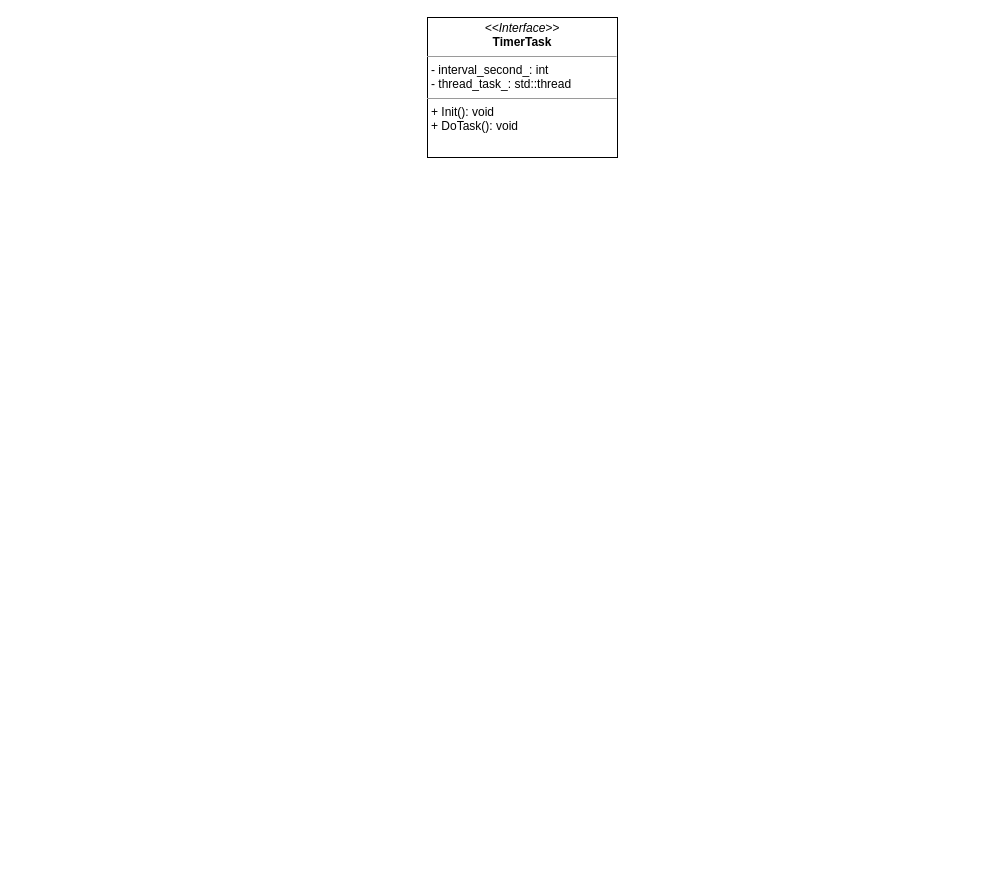
The draw.io diagram Untitled Diagram.drawio in xuzhezhaozhao/draw.io, before the edit. Source tidied: cells renumbered, new cells numbered last; positions are measured from the earlier drawing's top-left corner, leaving out a move shared by most shapes. Both pictures are drawn from the tidied source at 100%, with x=0, y=0 at pixel (427, 17).
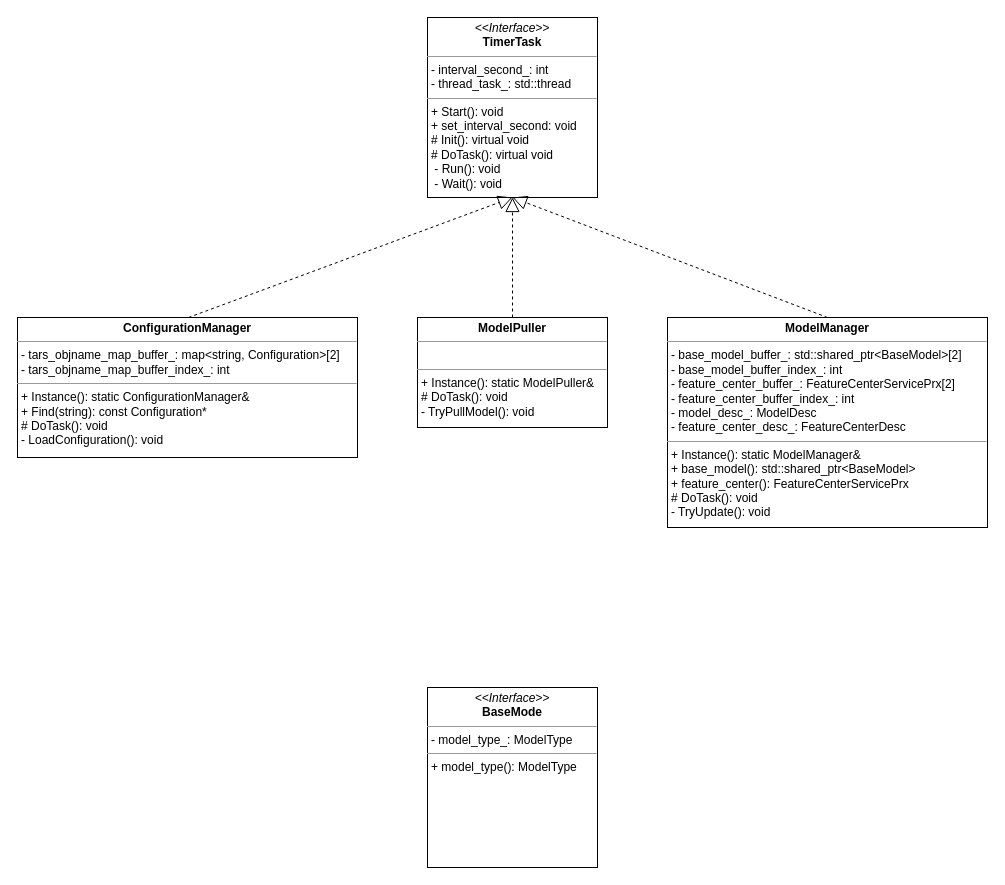
The same page after the edit.

Change to the diagram source:
```diff
@@
 <mxGraphModel background="#ffffff">
   <root>
     <mxCell id="0" />
     <mxCell id="1" parent="0" />
-    <mxCell id="2" value="&lt;p style=&quot;margin: 0px ; margin-top: 4px ; text-align: center&quot;&gt;&lt;i&gt;&amp;lt;&amp;lt;Interface&amp;gt;&amp;gt;&lt;/i&gt;&lt;br&gt;&lt;b&gt;TimerTask&lt;/b&gt;&lt;/p&gt;&lt;hr size=&quot;1&quot;&gt;&lt;p style=&quot;margin: 0px ; margin-left: 4px&quot;&gt;- interval_second_: int&lt;br&gt;- thread_task_:&amp;nbsp;std::thread&lt;/p&gt;&lt;hr size=&quot;1&quot;&gt;&lt;p style=&quot;margin: 0px ; margin-left: 4px&quot;&gt;+ Init(): void&lt;br&gt;+ DoTask(): void&lt;/p&gt;" style="verticalAlign=top;align=left;overflow=fill;fontSize=12;fontFamily=Helvetica;html=1;" parent="1" vertex="1">
-      <mxGeometry width="190" height="140" as="geometry" />
+    <mxCell id="2" value="&lt;p style=&quot;margin: 0px ; margin-top: 4px ; text-align: center&quot;&gt;&lt;i&gt;&amp;lt;&amp;lt;Interface&amp;gt;&amp;gt;&lt;/i&gt;&lt;br&gt;&lt;b&gt;TimerTask&lt;/b&gt;&lt;/p&gt;&lt;hr size=&quot;1&quot;&gt;&lt;p style=&quot;margin: 0px ; margin-left: 4px&quot;&gt;- interval_second_: int&lt;br&gt;- thread_task_:&amp;nbsp;std::thread&lt;/p&gt;&lt;hr size=&quot;1&quot;&gt;&lt;p style=&quot;margin: 0px ; margin-left: 4px&quot;&gt;+ Start(): void&lt;/p&gt;&lt;p style=&quot;margin: 0px ; margin-left: 4px&quot;&gt;+ set_interval_second: void&lt;/p&gt;&lt;p style=&quot;margin: 0px ; margin-left: 4px&quot;&gt;# Init(): virtual void&lt;br&gt;# DoTask(): virtual void&lt;/p&gt;&lt;p style=&quot;margin: 0px ; margin-left: 4px&quot;&gt;&amp;nbsp;- Run(): void&lt;/p&gt;&lt;p style=&quot;margin: 0px ; margin-left: 4px&quot;&gt;&amp;nbsp;- Wait(): void&lt;/p&gt;" style="verticalAlign=top;align=left;overflow=fill;fontSize=12;fontFamily=Helvetica;html=1;" parent="1" vertex="1">
+      <mxGeometry width="170" height="180" as="geometry" />
     </mxCell>
+    <mxCell id="3" value="&lt;p style=&quot;margin: 0px ; margin-top: 4px ; text-align: center&quot;&gt;&lt;b&gt;ConfigurationManager&lt;/b&gt;&lt;/p&gt;&lt;hr size=&quot;1&quot;&gt;&lt;p style=&quot;margin: 0px ; margin-left: 4px&quot;&gt;- tars_objname_map_buffer_: map&amp;lt;string, Configuration&amp;gt;[2]&lt;/p&gt;&lt;p style=&quot;margin: 0px ; margin-left: 4px&quot;&gt;- tars_objname_map_buffer_index_: int&lt;br&gt;&lt;/p&gt;&lt;hr size=&quot;1&quot;&gt;&lt;p style=&quot;margin: 0px ; margin-left: 4px&quot;&gt;&lt;span&gt;+ Instance(): static ConfigurationManager&amp;amp;&lt;/span&gt;&lt;br&gt;&lt;/p&gt;&lt;p style=&quot;margin: 0px ; margin-left: 4px&quot;&gt;+ Find(string): const Configuration*&lt;br&gt;&lt;/p&gt;&lt;p style=&quot;margin: 0px ; margin-left: 4px&quot;&gt;# DoTask(): void&lt;br&gt;&lt;/p&gt;&lt;p style=&quot;margin: 0px ; margin-left: 4px&quot;&gt;- LoadConfiguration(): void&lt;/p&gt;" style="verticalAlign=top;align=left;overflow=fill;fontSize=12;fontFamily=Helvetica;html=1;" parent="1" vertex="1">
+      <mxGeometry x="-410" y="300" width="340" height="140" as="geometry" />
+    </mxCell>
+    <mxCell id="4" value="&lt;p style=&quot;margin: 0px ; margin-top: 4px ; text-align: center&quot;&gt;&lt;b&gt;ModelPuller&lt;/b&gt;&lt;/p&gt;&lt;hr size=&quot;1&quot;&gt;&lt;p style=&quot;margin: 0px ; margin-left: 4px&quot;&gt;&lt;br&gt;&lt;/p&gt;&lt;hr size=&quot;1&quot;&gt;&lt;p style=&quot;margin: 0px ; margin-left: 4px&quot;&gt;+ Instance(): static ModelPuller&amp;amp;&lt;/p&gt;&lt;p style=&quot;margin: 0px ; margin-left: 4px&quot;&gt;# DoTask(): void&lt;br&gt;&lt;/p&gt;&lt;p style=&quot;margin: 0px ; margin-left: 4px&quot;&gt;- TryPullModel(): void&lt;/p&gt;" style="verticalAlign=top;align=left;overflow=fill;fontSize=12;fontFamily=Helvetica;html=1;" parent="1" vertex="1">
+      <mxGeometry x="-10" y="300" width="190" height="110" as="geometry" />
+    </mxCell>
+    <mxCell id="5" value="&lt;p style=&quot;margin: 0px ; margin-top: 4px ; text-align: center&quot;&gt;&lt;b&gt;ModelManager&lt;/b&gt;&lt;/p&gt;&lt;hr size=&quot;1&quot;&gt;&lt;p style=&quot;margin: 0px ; margin-left: 4px&quot;&gt;-&amp;nbsp;base_model_buffer_: std::shared_ptr&amp;lt;BaseModel&amp;gt;[2]&lt;/p&gt;&lt;p style=&quot;margin: 0px ; margin-left: 4px&quot;&gt;-&amp;nbsp;base_model_buffer_index_: int&lt;/p&gt;&lt;p style=&quot;margin: 0px ; margin-left: 4px&quot;&gt;- feature_center_buffer_:&amp;nbsp;FeatureCenterServicePrx[2]&lt;/p&gt;&lt;p style=&quot;margin: 0px ; margin-left: 4px&quot;&gt;-&amp;nbsp;feature_center_buffer_index_: int&lt;/p&gt;&lt;p style=&quot;margin: 0px ; margin-left: 4px&quot;&gt;- model_desc_: ModelDesc&lt;/p&gt;&lt;p style=&quot;margin: 0px ; margin-left: 4px&quot;&gt;- feature_center_desc_:&amp;nbsp;FeatureCenterDesc&lt;br&gt;&lt;/p&gt;&lt;hr size=&quot;1&quot;&gt;&lt;p style=&quot;margin: 0px ; margin-left: 4px&quot;&gt;+ Instance(): static ModelManager&amp;amp;&lt;/p&gt;&lt;p style=&quot;margin: 0px ; margin-left: 4px&quot;&gt;+ base_model(): std::shared_ptr&amp;lt;BaseModel&amp;gt;&lt;/p&gt;&lt;p style=&quot;margin: 0px ; margin-left: 4px&quot;&gt;+&amp;nbsp;feature_center(): FeatureCenterServicePrx&lt;/p&gt;&lt;p style=&quot;margin: 0px ; margin-left: 4px&quot;&gt;&lt;span&gt;# DoTask(): void&lt;/span&gt;&lt;/p&gt;&lt;p style=&quot;margin: 0px ; margin-left: 4px&quot;&gt;&lt;span&gt;- TryUpdate(): void&lt;/span&gt;&lt;/p&gt;" style="verticalAlign=top;align=left;overflow=fill;fontSize=12;fontFamily=Helvetica;html=1;" parent="1" vertex="1">
+      <mxGeometry x="240" y="300" width="320" height="210" as="geometry" />
+    </mxCell>
+    <mxCell id="6" style="endArrow=block;dashed=1;endFill=0;endSize=12;html=1;exitX=0.503;exitY=0;exitDx=0;exitDy=0;exitPerimeter=0;entryX=0.5;entryY=1;entryDx=0;entryDy=0;" parent="1" edge="1" source="3" target="2">
+      <mxGeometry relative="1" as="geometry" />
+    </mxCell>
+    <mxCell id="7" style="endArrow=block;dashed=1;endFill=0;endSize=12;html=1;exitX=0.5;exitY=0;exitDx=0;exitDy=0;entryX=0.5;entryY=1;entryDx=0;entryDy=0;" parent="1" edge="1" source="4" target="2">
+      <mxGeometry relative="1" as="geometry" />
+    </mxCell>
+    <mxCell id="8" style="endArrow=block;dashed=1;endFill=0;endSize=12;html=1;exitX=0.5;exitY=0;exitDx=0;exitDy=0;entryX=0.5;entryY=1;entryDx=0;entryDy=0;" parent="1" edge="1" source="5" target="2">
+      <mxGeometry relative="1" as="geometry" />
+    </mxCell>
+    <mxCell id="9" value="&lt;p style=&quot;margin: 0px ; margin-top: 4px ; text-align: center&quot;&gt;&lt;i&gt;&amp;lt;&amp;lt;Interface&amp;gt;&amp;gt;&lt;/i&gt;&lt;br&gt;&lt;b&gt;BaseMode&lt;/b&gt;&lt;/p&gt;&lt;hr size=&quot;1&quot;&gt;&lt;p style=&quot;margin: 0px ; margin-left: 4px&quot;&gt;- model_type_: ModelType&lt;br&gt;&lt;/p&gt;&lt;hr size=&quot;1&quot;&gt;&lt;p style=&quot;margin: 0px ; margin-left: 4px&quot;&gt;+ model_type(): ModelType&lt;/p&gt;" style="verticalAlign=top;align=left;overflow=fill;fontSize=12;fontFamily=Helvetica;html=1;" parent="1" vertex="1">
+      <mxGeometry y="670" width="170" height="180" as="geometry" />
+    </mxCell>
   </root>
 </mxGraphModel>
```
